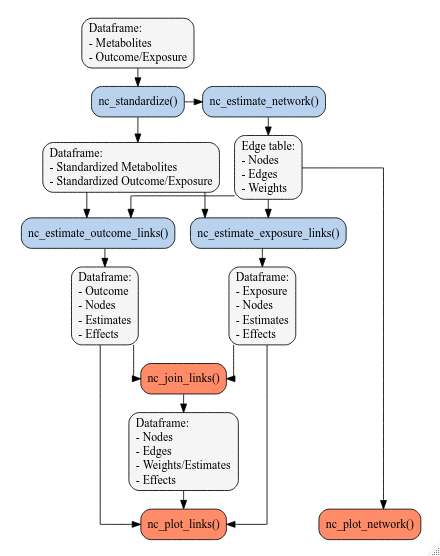
NetCoupler/NetCoupler keeps this Graphviz diagram as vignettes/nc-diagram-io.png. Above is the earlier version. Its source is kept beside it as vignettes/nc-diagram-io.gv.
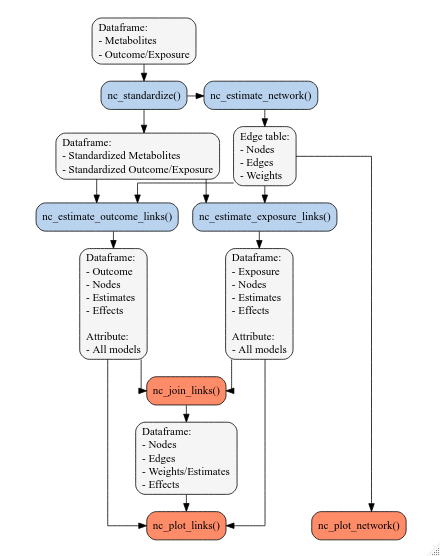
Above is the later version.

Commit message:
add attribute output to i/o image

Diff of the diagram source:
```diff
@@ -6,8 +6,8 @@
     df_data [label = 'Dataframe:\l- Metabolites\l- Outcome/Exposure\l']
     df_std [label = 'Dataframe:\l- Standardized Metabolites\l- Standardized Outcome/Exposure\l']
     df_edge [label = 'Edge table:\l- Nodes\l- Edges\l- Weights\l']
-    df_out_results [label = 'Dataframe:\l- Outcome\l- Nodes\l- Estimates\l- Effects\l']
-    df_exp_results [label = 'Dataframe:\l- Exposure\l- Nodes\l- Estimates\l- Effects\l']
+    df_out_results [label = 'Dataframe:\l- Outcome\l- Nodes\l- Estimates\l- Effects\l\lAttribute:\l- All models']
+    df_exp_results [label = 'Dataframe:\l- Exposure\l- Nodes\l- Estimates\l- Effects\l\lAttribute:\l- All models']
     df_joint [label = 'Dataframe:\l- Nodes\l- Edges\l- Weights/Estimates\l- Effects\l']
 
     node [group = '' shape = box style = 'filled, rounded' fillcolor = slategray2]
```
